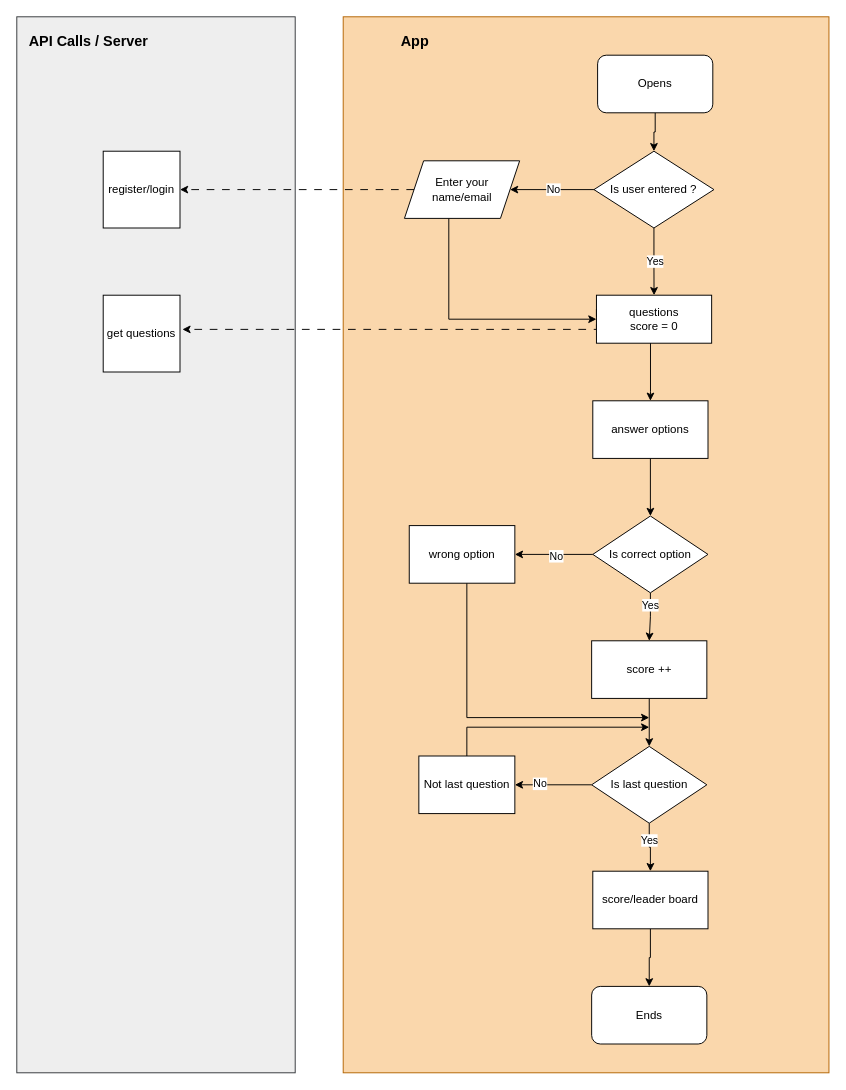
Above: quizgameFlow.drawio in martinsbuchi2/alx_capstone_project (draw.io), before the change. Source tidied: cells renumbered, new cells numbered last; positions are measured from the earlier drawing's top-left corner, leaving out a move shared by most shapes. Both pictures are drawn from the tidied source at 96%, with x=0, y=0 at pixel (16, 16).
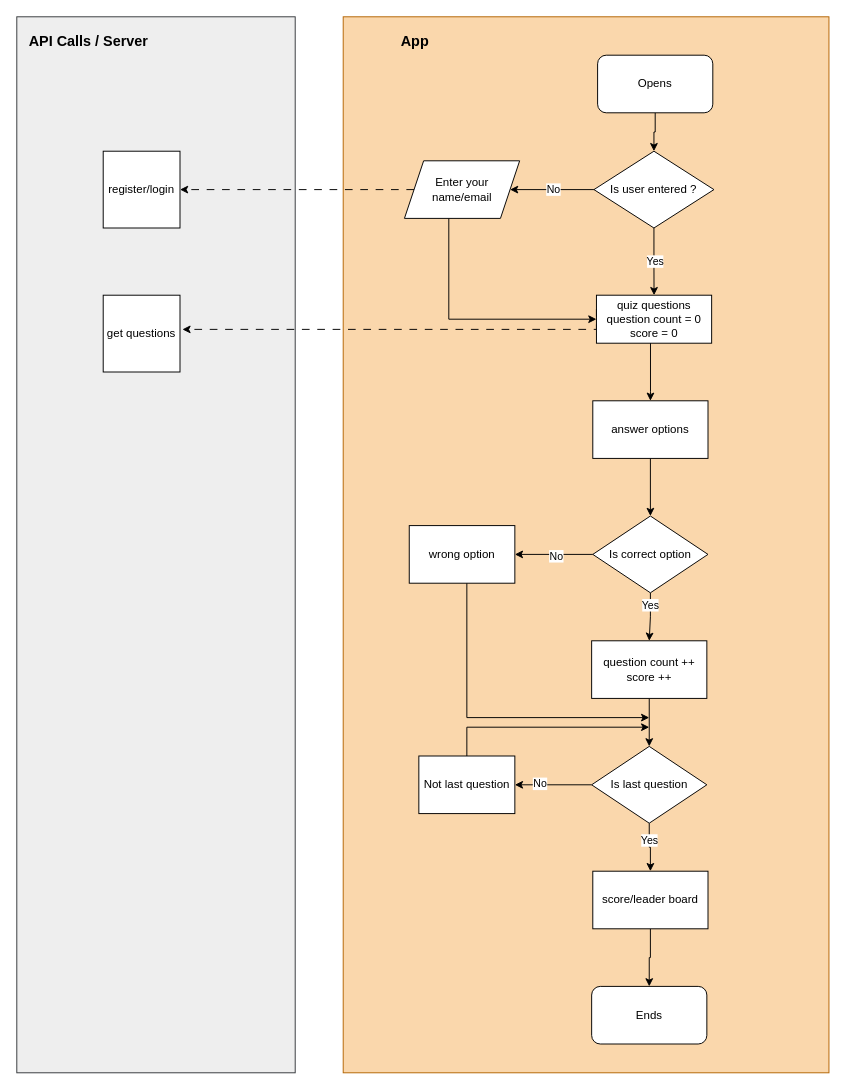
The same page after the edit.

Commit message (it also covers changes not shown here):
Alx capstone project

Change to the diagram source:
```diff
@@
-    <mxCell id="38" value="score ++" style="whiteSpace=wrap;html=1;" parent="1" vertex="1">
+    <mxCell id="38" value="question count ++&lt;br&gt;score ++" style="whiteSpace=wrap;html=1;" parent="1" vertex="1">
       <mxGeometry x="598.8" y="650" width="120" height="60" as="geometry" />
     </mxCell>
-    <mxCell id="39" value="questions&lt;br&gt;score = 0" style="whiteSpace=wrap;html=1;" parent="1" vertex="1">
+    <mxCell id="39" value="quiz questions&lt;br&gt;question count = 0&lt;br&gt;score = 0" style="whiteSpace=wrap;html=1;" parent="1" vertex="1">
       <mxGeometry x="603.8" y="290" width="120" height="50" as="geometry" />
     </mxCell>
```
